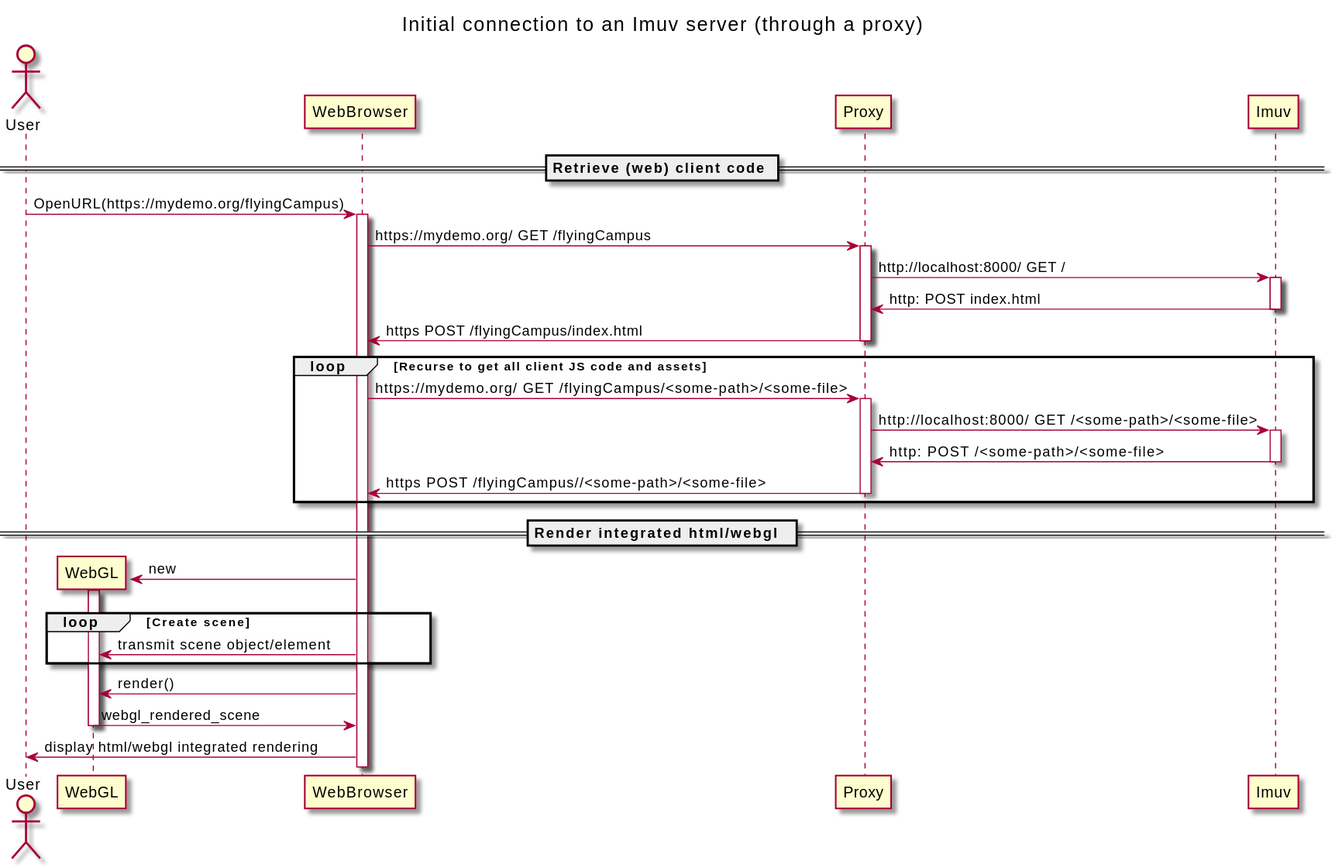
VCityTeam/UD-Imuv keeps this PlantUML diagram as Doc/Devel/Diagrams/client-imuv_server-client_download-trough-proxy.svg. Above is the earlier version.
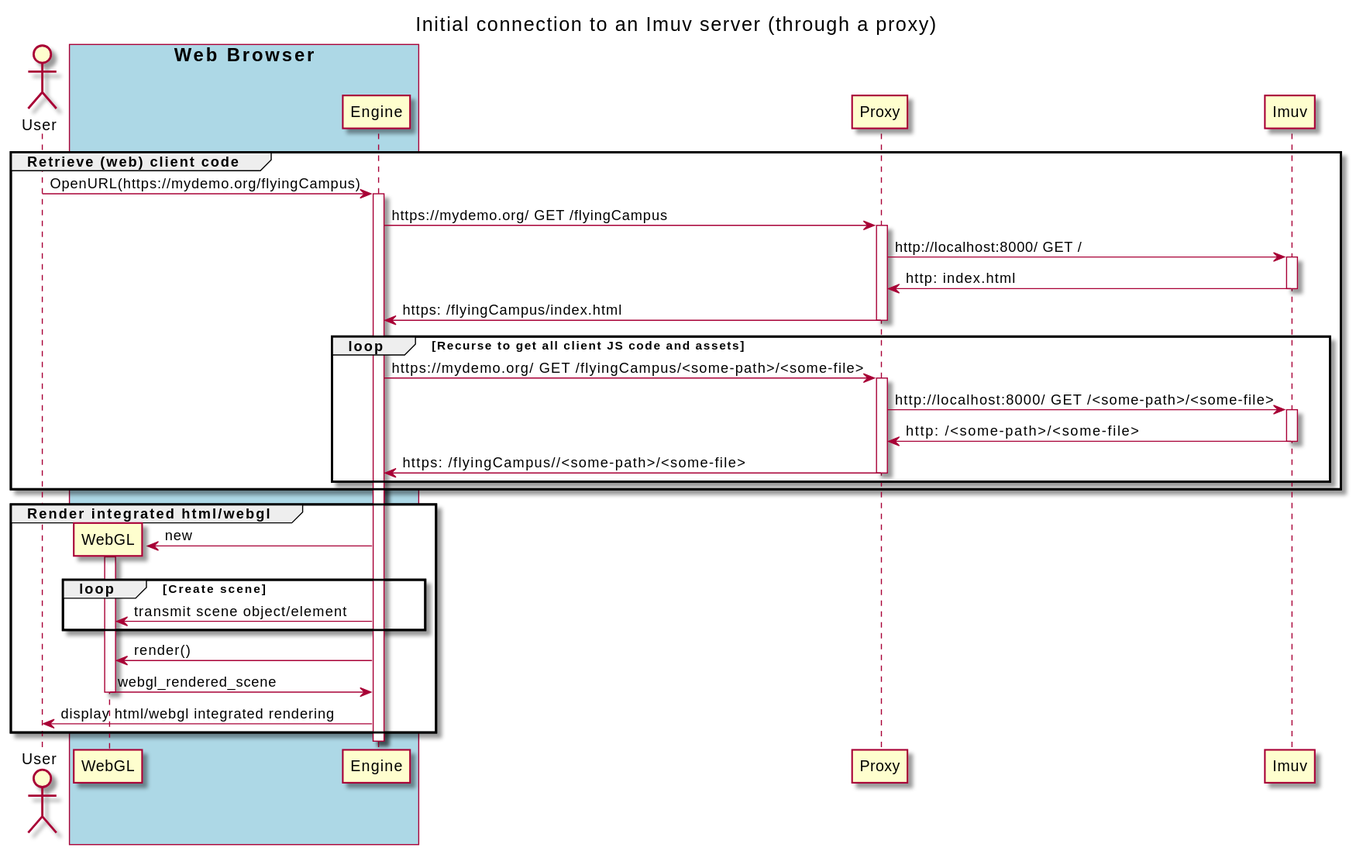
The same diagram one commit later.

Commit message:
Update of communication sequence diagrams.

Change to the diagram source:
```diff
@@ -3,42 +3,50 @@
 title Initial connection to an Imuv server (through a proxy)
 
 actor User
-participant WebGL
-participant WebBrowser
+
+box =Web Browser #LightBlue
+  participant WebGL
+  participant Engine
+end box
+
+
 participant Proxy
 participant Imuv
 
-== Retrieve (web) client code ==
-User -> WebBrowser : OpenURL(https://mydemo.org/flyingCampus)
-activate WebBrowser
-WebBrowser -> Proxy : https://mydemo.org/ GET /flyingCampus
-activate Proxy
-Proxy -> Imuv : http://localhost:8000/ GET /
-activate Imuv
-Proxy <- Imuv : http: POST index.html
-deactivate Imuv
-WebBrowser <- Proxy : https POST /flyingCampus/index.html
-deactivate Proxy
+group Retrieve (web) client code
+  User -> Engine : OpenURL(https://mydemo.org/flyingCampus)
+  activate Engine
+  Engine -> Proxy : https://mydemo.org/ GET /flyingCampus
+  activate Proxy
+  Proxy -> Imuv : http://localhost:8000/ GET /
+  activate Imuv
+  Proxy <- Imuv : http: index.html
+  deactivate Imuv
+  Engine <- Proxy : https: /flyingCampus/index.html
+  deactivate Proxy
 
-loop Recurse to get all client JS code and assets
-  WebBrowser -> Proxy : https://mydemo.org/ GET /flyingCampus/<some-path>/<some-file>
-  activate Proxy
-  Proxy -> Imuv : http://localhost:8000/ GET /<some-path>/<some-file>
-  activate Imuv
-  Proxy <- Imuv : http: POST /<some-path>/<some-file>
-  deactivate Imuv
-  WebBrowser <- Proxy : https POST /flyingCampus//<some-path>/<some-file>
-  deactivate Proxy
-end
+  loop Recurse to get all client JS code and assets
+    Engine -> Proxy : https://mydemo.org/ GET /flyingCampus/<some-path>/<some-file>
+    activate Proxy
+    Proxy -> Imuv : http://localhost:8000/ GET /<some-path>/<some-file>
+    activate Imuv
+    Proxy <- Imuv : http: /<some-path>/<some-file>
+    deactivate Imuv
+    Engine <- Proxy : https: /flyingCampus//<some-path>/<some-file>
+    deactivate Proxy
+end loop
+end group
 
-== Render integrated html/webgl  ==
-WebGL <- WebBrowser **: new
-activate WebGL
-loop Create scene
-  WebGL <- WebBrowser : transmit scene object/element
-end
-WebGL <- WebBrowser : render()
-WebGL -> WebBrowser : webgl_rendered_scene
-deactivate WebGL
-User <- WebBrowser : display html/webgl integrated rendering
+group Render integrated html/webgl
+  WebGL <- Engine **: new
+  activate WebGL
+  loop Create scene
+    WebGL <- Engine : transmit scene object/element
+  end
+  WebGL <- Engine : render()
+  WebGL -> Engine : webgl_rendered_scene
+  deactivate WebGL
+User <- Engine : display html/webgl integrated rendering
+end group
+
 @enduml
```
